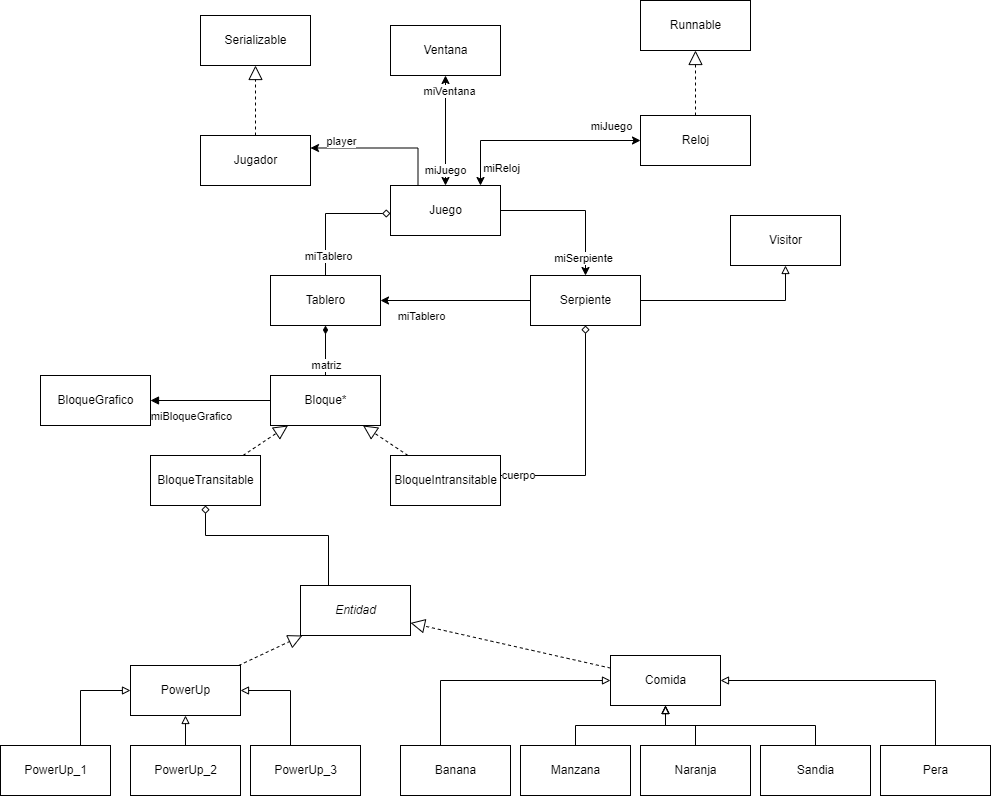
Before: Diagrama-de-clases/SnakeReducido.png, a diagram exported from draw.io (IanSebalt/tdp-proyecto-2). Source tidied: cells renumbered, new cells last; positions are measured from the earlier drawing's top-left corner, leaving out a move shared by most shapes.
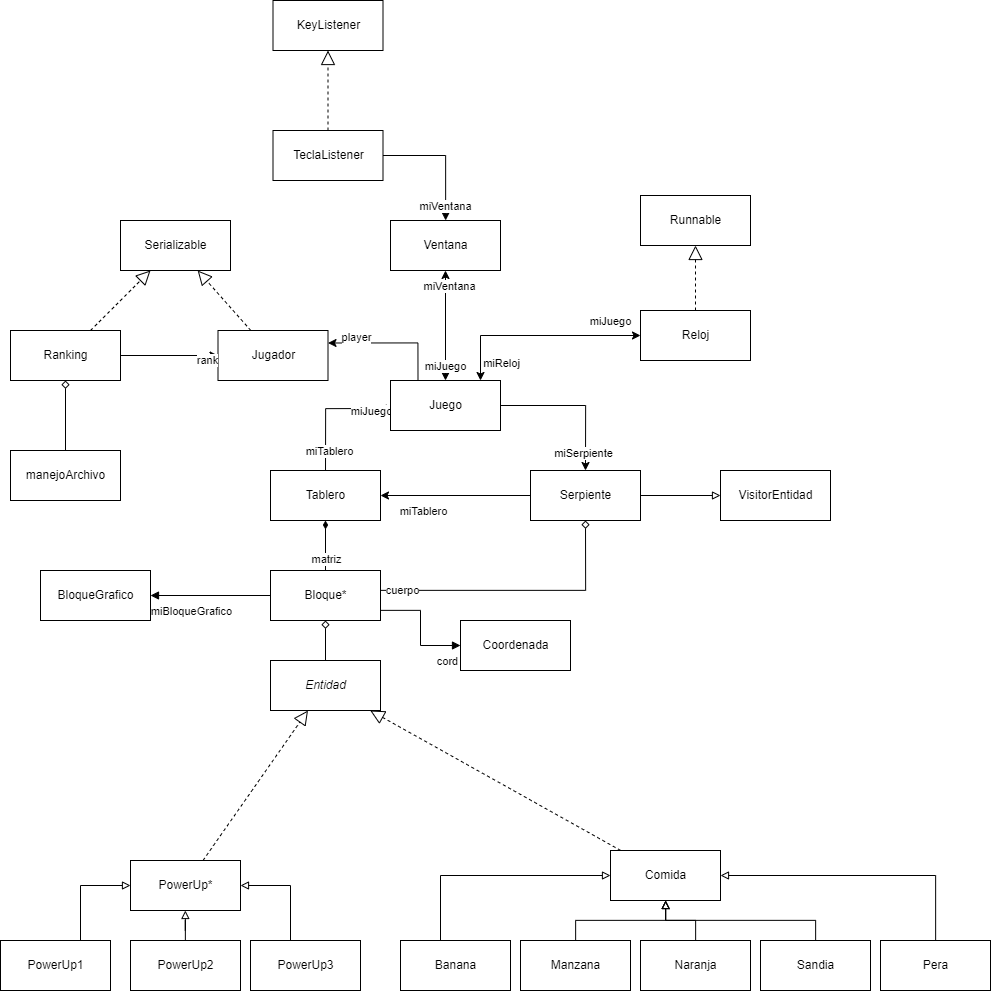
After the change.

Commit message:
Correción de errores y modificación de diagramas

What changed in the source:
```diff
@@ -14,6 +14,9 @@
         <mxPoint x="325" y="278" as="targetPoint" />
       </mxGeometry>
     </mxCell>
+    <mxCell id="62" value="miJuego" style="edgeLabel;html=1;align=center;verticalAlign=middle;" parent="4" vertex="1">
+      <mxGeometry x="-0.68" y="2" relative="1" as="geometry" />
+    </mxCell>
     <mxCell id="5" style="edgeStyle=orthogonalEdgeStyle;rounded=0;jettySize=auto;html=1;startArrow=none;startFill=0;endArrow=classic;endFill=1;exitX=0.25;exitY=0;exitDx=0;exitDy=0;entryX=1;entryY=0.25;entryDx=0;entryDy=0;" parent="1" edge="1" source="7" target="26">
       <mxGeometry relative="1" as="geometry" />
     </mxCell>
@@ -36,11 +39,11 @@
     <mxCell id="10" value="Tablero" style="html=1;" parent="1" vertex="1">
       <mxGeometry x="270" y="275" width="110" height="50" as="geometry" />
     </mxCell>
-    <mxCell id="11" style="edgeStyle=orthogonalEdgeStyle;rounded=0;jettySize=auto;html=1;endArrow=none;endFill=0;startArrow=diamond;startFill=0;" parent="1" edge="1" source="36" target="21">
+    <mxCell id="11" style="edgeStyle=orthogonalEdgeStyle;rounded=0;jettySize=auto;html=1;endArrow=none;endFill=0;startArrow=diamond;startFill=0;" parent="1" edge="1" source="14" target="21">
       <mxGeometry relative="1" as="geometry">
         <Array as="points">
-          <mxPoint x="205" y="535" />
-          <mxPoint x="328" y="535" />
+          <mxPoint x="328" y="485" />
+          <mxPoint x="328" y="485" />
         </Array>
       </mxGeometry>
     </mxCell>
@@ -52,6 +55,19 @@
         <mxPoint x="22" y="15" as="offset" />
       </mxGeometry>
     </mxCell>
+    <mxCell id="63" style="edgeStyle=orthogonalEdgeStyle;rounded=0;jettySize=auto;html=1;endArrow=block;endFill=1;" parent="1" edge="1" source="14" target="76">
+      <mxGeometry relative="1" as="geometry">
+        <Array as="points">
+          <mxPoint x="420" y="415" />
+          <mxPoint x="420" y="450" />
+        </Array>
+      </mxGeometry>
+    </mxCell>
+    <mxCell id="64" value="cord" style="edgeLabel;html=1;align=center;verticalAlign=middle;" parent="63" vertex="1">
+      <mxGeometry x="0.42" relative="1" as="geometry">
+        <mxPoint x="18" y="15" as="offset" />
+      </mxGeometry>
+    </mxCell>
     <mxCell id="14" value="Bloque*" style="html=1;" parent="1" vertex="1">
       <mxGeometry x="270" y="375" width="110" height="50" as="geometry" />
     </mxCell>
@@ -66,10 +82,10 @@
     <mxCell id="17" style="edgeStyle=orthogonalEdgeStyle;rounded=0;jettySize=auto;html=1;endArrow=block;endFill=0;" parent="1" edge="1" source="20" target="25">
       <mxGeometry relative="1" as="geometry" />
     </mxCell>
-    <mxCell id="18" style="edgeStyle=orthogonalEdgeStyle;rounded=0;jettySize=auto;html=1;endArrow=none;endFill=0;exitX=0.5;exitY=1;exitDx=0;exitDy=0;startArrow=diamond;startFill=0;" parent="1" edge="1" source="20" target="35">
+    <mxCell id="18" style="edgeStyle=orthogonalEdgeStyle;rounded=0;jettySize=auto;html=1;endArrow=none;endFill=0;exitX=0.5;exitY=1;exitDx=0;exitDy=0;startArrow=diamond;startFill=0;" parent="1" edge="1" source="20" target="14">
       <mxGeometry relative="1" as="geometry">
         <Array as="points">
-          <mxPoint x="585" y="475" />
+          <mxPoint x="585" y="395" />
         </Array>
       </mxGeometry>
     </mxCell>
@@ -80,9 +96,9 @@
       <mxGeometry x="530" y="275" width="110" height="50" as="geometry" />
     </mxCell>
     <mxCell id="21" value="&lt;i&gt;Entidad&lt;/i&gt;" style="html=1;" parent="1" vertex="1">
-      <mxGeometry x="300" y="585" width="110" height="50" as="geometry" />
+      <mxGeometry x="270" y="465" width="110" height="50" as="geometry" />
     </mxCell>
-    <mxCell id="22" value="PowerUp" style="html=1;" parent="1" vertex="1">
+    <mxCell id="22" value="PowerUp*" style="html=1;" parent="1" vertex="1">
       <mxGeometry x="130" y="665" width="110" height="50" as="geometry" />
     </mxCell>
     <mxCell id="23" value="Comida" style="html=1;" parent="1" vertex="1">
@@ -91,11 +107,11 @@
     <mxCell id="24" value="BloqueGrafico" style="html=1;" parent="1" vertex="1">
       <mxGeometry x="40" y="375" width="110" height="50" as="geometry" />
     </mxCell>
-    <mxCell id="25" value="Visitor" style="html=1;" parent="1" vertex="1">
-      <mxGeometry x="730" y="215" width="110" height="50" as="geometry" />
+    <mxCell id="25" value="VisitorEntidad" style="html=1;" parent="1" vertex="1">
+      <mxGeometry x="720" y="275" width="110" height="50" as="geometry" />
     </mxCell>
     <mxCell id="26" value="Jugador" style="html=1;" parent="1" vertex="1">
-      <mxGeometry x="200" y="135" width="110" height="50" as="geometry" />
+      <mxGeometry x="217.5" y="135" width="110" height="50" as="geometry" />
     </mxCell>
     <mxCell id="27" style="edgeStyle=orthogonalEdgeStyle;rounded=0;jettySize=auto;html=1;startArrow=classic;startFill=1;endArrow=classic;endFill=1;exitX=0;exitY=0.5;exitDx=0;exitDy=0;" parent="1" edge="1" source="30" target="7">
       <mxGeometry relative="1" as="geometry">
@@ -129,18 +145,6 @@
     <mxCell id="34" value="Ventana" style="html=1;" parent="1" vertex="1">
       <mxGeometry x="390" y="25" width="110" height="50" as="geometry" />
     </mxCell>
-    <mxCell id="35" value="BloqueIntransitable" style="html=1;" parent="1" vertex="1">
-      <mxGeometry x="390" y="455" width="110" height="50" as="geometry" />
-    </mxCell>
-    <mxCell id="36" value="BloqueTransitable" style="html=1;" parent="1" vertex="1">
-      <mxGeometry x="150" y="455" width="110" height="50" as="geometry" />
-    </mxCell>
-    <mxCell id="37" style="endArrow=block;dashed=1;endFill=0;endSize=12;html=1;rounded=0;" parent="1" edge="1" source="35" target="14">
-      <mxGeometry relative="1" as="geometry" />
-    </mxCell>
-    <mxCell id="38" style="endArrow=block;dashed=1;endFill=0;endSize=12;html=1;rounded=0;" parent="1" edge="1" source="36" target="14">
-      <mxGeometry relative="1" as="geometry" />
-    </mxCell>
     <mxCell id="39" style="endArrow=block;dashed=1;endFill=0;endSize=12;html=1;rounded=0;" parent="1" edge="1" source="22" target="21">
       <mxGeometry relative="1" as="geometry" />
     </mxCell>
@@ -154,7 +158,7 @@
       <mxGeometry relative="1" as="geometry" />
     </mxCell>
     <mxCell id="43" value="Serializable" style="html=1;" parent="1" vertex="1">
-      <mxGeometry x="200" y="15" width="110" height="50" as="geometry" />
+      <mxGeometry x="120" y="25" width="110" height="50" as="geometry" />
     </mxCell>
     <mxCell id="44" style="endArrow=block;dashed=1;endFill=0;endSize=12;html=1;rounded=0;" parent="1" edge="1" source="26" target="43">
       <mxGeometry relative="1" as="geometry" />
@@ -169,13 +173,13 @@
         </Array>
       </mxGeometry>
     </mxCell>
-    <mxCell id="47" value="PowerUp_3" style="html=1;" parent="1" vertex="1">
+    <mxCell id="47" value="PowerUp3" style="html=1;" parent="1" vertex="1">
       <mxGeometry x="250" y="745" width="110" height="50" as="geometry" />
     </mxCell>
     <mxCell id="48" style="edgeStyle=orthogonalEdgeStyle;rounded=0;jettySize=auto;html=1;endArrow=block;endFill=0;" parent="1" edge="1" source="49" target="22">
       <mxGeometry relative="1" as="geometry" />
     </mxCell>
-    <mxCell id="49" value="PowerUp_2" style="html=1;" parent="1" vertex="1">
+    <mxCell id="49" value="PowerUp2" style="html=1;" parent="1" vertex="1">
       <mxGeometry x="130" y="745" width="110" height="50" as="geometry" />
     </mxCell>
     <mxCell id="50" style="edgeStyle=orthogonalEdgeStyle;rounded=0;jettySize=auto;html=1;endArrow=block;endFill=0;" parent="1" edge="1" source="51" target="22">
@@ -185,7 +189,7 @@
         </Array>
       </mxGeometry>
     </mxCell>
-    <mxCell id="51" value="PowerUp_1" style="html=1;" parent="1" vertex="1">
+    <mxCell id="51" value="PowerUp1" style="html=1;" parent="1" vertex="1">
       <mxGeometry y="745" width="110" height="50" as="geometry" />
     </mxCell>
     <mxCell id="52" style="edgeStyle=orthogonalEdgeStyle;rounded=0;jettySize=auto;html=1;endArrow=block;endFill=0;" parent="1" edge="1" source="53" target="23">
@@ -231,5 +235,43 @@
     <mxCell id="61" value="Banana" style="html=1;" parent="1" vertex="1">
       <mxGeometry x="400" y="745" width="110" height="50" as="geometry" />
     </mxCell>
+    <mxCell id="65" style="edgeStyle=orthogonalEdgeStyle;rounded=0;jettySize=auto;html=1;" parent="1" edge="1" source="67" target="26">
+      <mxGeometry relative="1" as="geometry" />
+    </mxCell>
+    <mxCell id="66" value="rank" style="edgeLabel;html=1;align=center;verticalAlign=middle;" parent="65" vertex="1">
+      <mxGeometry x="0.74" y="-4" relative="1" as="geometry" />
+    </mxCell>
+    <mxCell id="67" value="Ranking" style="html=1;" parent="1" vertex="1">
+      <mxGeometry x="10" y="135" width="110" height="50" as="geometry" />
+    </mxCell>
+    <mxCell id="68" style="endArrow=block;dashed=1;endFill=0;endSize=12;html=1;rounded=0;" parent="1" edge="1" source="67" target="43">
+      <mxGeometry relative="1" as="geometry" />
+    </mxCell>
+    <mxCell id="69" style="edgeStyle=orthogonalEdgeStyle;rounded=0;jettySize=auto;html=1;" parent="1" edge="1" source="71" target="34">
+      <mxGeometry relative="1" as="geometry" />
+    </mxCell>
+    <mxCell id="70" value="miVentana" style="edgeLabel;html=1;align=center;verticalAlign=middle;" parent="69" vertex="1">
+      <mxGeometry x="0.76" y="-2" relative="1" as="geometry">
+        <mxPoint y="1" as="offset" />
+      </mxGeometry>
+    </mxCell>
+    <mxCell id="71" value="TeclaListener" style="html=1;" parent="1" vertex="1">
+      <mxGeometry x="272.5" y="-65" width="110" height="50" as="geometry" />
+    </mxCell>
+    <mxCell id="72" value="KeyListener" style="html=1;" parent="1" vertex="1">
+      <mxGeometry x="272.5" y="-195" width="110" height="50" as="geometry" />
+    </mxCell>
+    <mxCell id="73" style="endArrow=block;dashed=1;endFill=0;endSize=12;html=1;rounded=0;" parent="1" edge="1" source="71" target="72">
+      <mxGeometry relative="1" as="geometry" />
+    </mxCell>
+    <mxCell id="74" style="edgeStyle=orthogonalEdgeStyle;rounded=0;jettySize=auto;html=1;endArrow=diamond;endFill=0;" parent="1" edge="1" source="75" target="67">
+      <mxGeometry relative="1" as="geometry" />
+    </mxCell>
+    <mxCell id="75" value="manejoArchivo" style="html=1;" parent="1" vertex="1">
+      <mxGeometry x="10" y="255" width="110" height="50" as="geometry" />
+    </mxCell>
+    <mxCell id="76" value="Coordenada" style="html=1;" parent="1" vertex="1">
+      <mxGeometry x="460" y="425" width="110" height="50" as="geometry" />
+    </mxCell>
   </root>
 </mxGraphModel>
```
